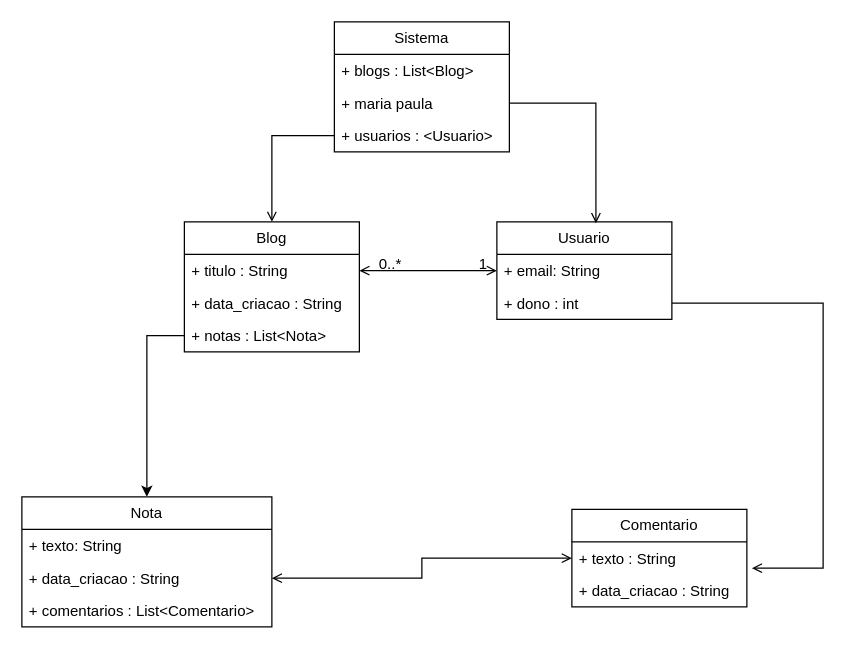
Before: Diagrama sem nome.drawio in JPleal01/Engenharia_Software, a draw.io diagram. Source tidied: cells renumbered, new cells numbered last; positions are measured from the earlier drawing's top-left corner, leaving out a move shared by most shapes. Both pictures are drawn from the tidied source at 125%, with x=0, y=0 at pixel (21, 21).
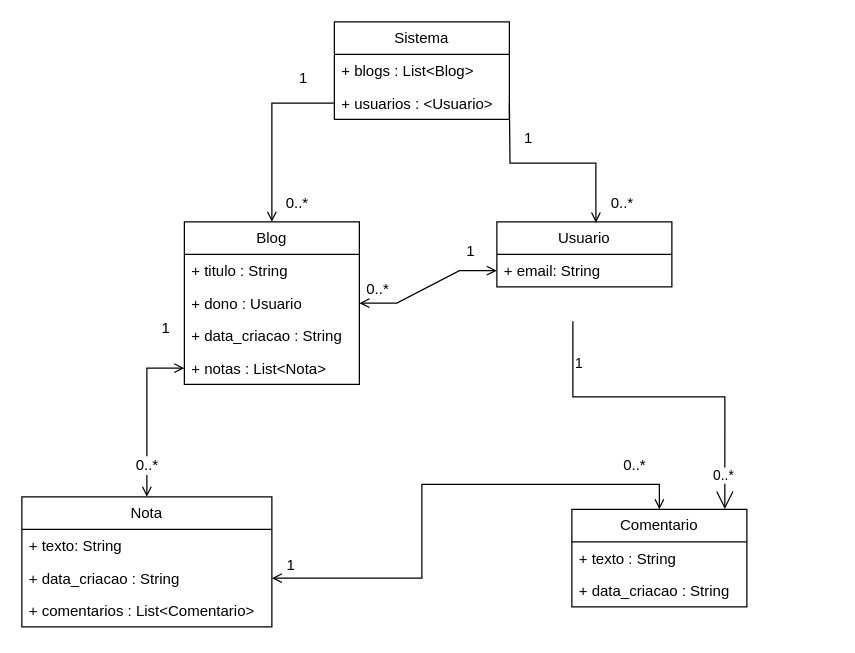
After the change.

Unchanged cells that the change refers to:
```xml
<mxCell id="2" value="Nota" style="swimlane;fontStyle=0;horizontal=1;startSize=26;fillColor=none;whiteSpace=wrap;html=1;" parent="1" vertex="1">
  <mxGeometry y="380" width="200" height="104" as="geometry" />
</mxCell>
<mxCell id="4" value="+ data_criacao : String&amp;nbsp;" style="text;strokeColor=none;fillColor=none;align=left;verticalAlign=top;spacingLeft=4;spacingRight=4;overflow=hidden;points=[[0,0.5],[1,0.5]];portConstraint=eastwest;whiteSpace=wrap;html=1;" parent="2" vertex="1">
  <mxGeometry y="52" width="200" height="26" as="geometry" />
</mxCell>
<mxCell id="10" value="Comentario" style="swimlane;fontStyle=0;horizontal=1;startSize=26;fillColor=none;whiteSpace=wrap;html=1;" parent="1" vertex="1">
  <mxGeometry x="440" y="390" width="140" height="78" as="geometry" />
</mxCell>
<mxCell id="11" value="+ texto : String" style="text;strokeColor=none;fillColor=none;align=left;verticalAlign=top;spacingLeft=4;spacingRight=4;overflow=hidden;points=[[0,0.5],[1,0.5]];portConstraint=eastwest;whiteSpace=wrap;html=1;" parent="10" vertex="1">
  <mxGeometry y="26" width="140" height="26" as="geometry" />
</mxCell>
```

The edit, as a diff of the source:
```diff
@@
     <mxCell id="6" value="Blog" style="swimlane;fontStyle=0;horizontal=1;startSize=26;fillColor=none;whiteSpace=wrap;html=1;" parent="1" vertex="1">
-      <mxGeometry x="130" y="160" width="140" height="104" as="geometry" />
+      <mxGeometry x="130" y="160" width="140" height="130" as="geometry" />
     </mxCell>
+    <mxCell id="28" value="+ titulo : String" style="text;strokeColor=none;fillColor=none;align=left;verticalAlign=top;spacingLeft=4;spacingRight=4;overflow=hidden;whiteSpace=wrap;html=1;" parent="6" vertex="1">
+      <mxGeometry y="26" width="140" height="26" as="geometry" />
+    </mxCell>
-    <mxCell id="7" value="+ titulo : String" style="text;strokeColor=none;fillColor=none;align=left;verticalAlign=top;spacingLeft=4;spacingRight=4;overflow=hidden;points=[[0,0.5],[1,0.5]];portConstraint=eastwest;whiteSpace=wrap;html=1;" parent="6" vertex="1">
-      <mxGeometry y="26" width="140" height="26" as="geometry" />
+    <mxCell id="7" value="+ dono : Usuario" style="text;strokeColor=none;fillColor=none;align=left;verticalAlign=top;spacingLeft=4;spacingRight=4;overflow=hidden;points=[[0,0.5],[1,0.5]];portConstraint=eastwest;whiteSpace=wrap;html=1;" parent="6" vertex="1">
+      <mxGeometry y="52" width="140" height="26" as="geometry" />
     </mxCell>
     <mxCell id="8" value="+ data_criacao : String" style="text;strokeColor=none;fillColor=none;align=left;verticalAlign=top;spacingLeft=4;spacingRight=4;overflow=hidden;whiteSpace=wrap;html=1;" parent="6" vertex="1">
-      <mxGeometry y="52" width="140" height="26" as="geometry" />
+      <mxGeometry y="78" width="140" height="26" as="geometry" />
     </mxCell>
     <mxCell id="9" value="+ notas : List&amp;lt;Nota&amp;gt;" style="text;strokeColor=none;fillColor=none;align=left;verticalAlign=top;spacingLeft=4;spacingRight=4;overflow=hidden;points=[[0,0.5],[1,0.5]];portConstraint=eastwest;whiteSpace=wrap;html=1;" parent="6" vertex="1">
-      <mxGeometry y="78" width="140" height="26" as="geometry" />
+      <mxGeometry y="104" width="140" height="26" as="geometry" />
     </mxCell>
@@
     <mxCell id="13" value="Usuario" style="swimlane;fontStyle=0;horizontal=1;startSize=26;fillColor=none;whiteSpace=wrap;html=1;" parent="1" vertex="1">
-      <mxGeometry x="380" y="160" width="140" height="78" as="geometry" />
+      <mxGeometry x="380" y="160" width="140" height="52" as="geometry" />
     </mxCell>
@@
-    <mxCell id="15" value="+ dono : int&amp;nbsp;" style="text;strokeColor=none;fillColor=none;align=left;verticalAlign=top;spacingLeft=4;spacingRight=4;overflow=hidden;points=[[0,0.5],[1,0.5]];portConstraint=eastwest;whiteSpace=wrap;html=1;" parent="13" vertex="1">
-      <mxGeometry y="52" width="140" height="26" as="geometry" />
-    </mxCell>
     <mxCell id="16" value="Sistema" style="swimlane;fontStyle=0;horizontal=1;startSize=26;fillColor=none;whiteSpace=wrap;html=1;" parent="1" vertex="1">
-      <mxGeometry x="250" width="140" height="104" as="geometry" />
+      <mxGeometry x="250" width="140" height="78" as="geometry" />
     </mxCell>
@@
-    <mxCell id="18" value="+ maria paula&amp;nbsp;" style="text;strokeColor=none;fillColor=none;align=left;verticalAlign=top;spacingLeft=4;spacingRight=4;overflow=hidden;points=[[0,0.5],[1,0.5]];portConstraint=eastwest;whiteSpace=wrap;html=1;" parent="16" vertex="1">
-      <mxGeometry y="52" width="140" height="26" as="geometry" />
-    </mxCell>
     <mxCell id="19" value="+ usuarios : &amp;lt;Usuario&amp;gt;" style="text;strokeColor=none;fillColor=none;align=left;verticalAlign=top;spacingLeft=4;spacingRight=4;overflow=hidden;points=[[0,0.5],[1,0.5]];portConstraint=eastwest;whiteSpace=wrap;html=1;" parent="16" vertex="1">
-      <mxGeometry y="78" width="140" height="26" as="geometry" />
+      <mxGeometry y="52" width="140" height="26" as="geometry" />
     </mxCell>
@@
-    <mxCell id="21" style="edgeStyle=orthogonalEdgeStyle;rounded=0;jettySize=auto;html=1;entryX=0.566;entryY=0.013;entryDx=0;entryDy=0;entryPerimeter=0;curved=0;jumpStyle=sharp;endArrow=open;endFill=0;" parent="1" edge="1" source="18" target="13">
-      <mxGeometry relative="1" as="geometry" />
+    <mxCell id="21" style="edgeStyle=orthogonalEdgeStyle;rounded=0;jettySize=auto;html=1;entryX=0.566;entryY=0.013;entryDx=0;entryDy=0;entryPerimeter=0;curved=0;jumpStyle=sharp;endArrow=open;endFill=0;" parent="1" edge="1" target="13">
+      <mxGeometry relative="1" as="geometry">
+        <mxPoint x="390" y="65" as="sourcePoint" />
+      </mxGeometry>
     </mxCell>
-    <mxCell id="22" style="edgeStyle=orthogonalEdgeStyle;rounded=0;jettySize=auto;html=1;" parent="1" edge="1" source="9" target="2">
+    <mxCell id="22" style="edgeStyle=orthogonalEdgeStyle;rounded=0;jettySize=auto;html=1;startArrow=open;startFill=0;endArrow=open;endFill=0;" parent="1" edge="1" source="9" target="2">
       <mxGeometry relative="1" as="geometry" />
     </mxCell>
@@
-    <mxCell id="24" style="edgeStyle=orthogonalEdgeStyle;rounded=0;jettySize=auto;html=1;entryX=1.029;entryY=0.808;entryDx=0;entryDy=0;entryPerimeter=0;endArrow=open;endFill=0;" parent="1" edge="1" source="15" target="11">
-      <mxGeometry relative="1" as="geometry">
-        <Array as="points">
-          <mxPoint x="641" y="225" />
-          <mxPoint x="641" y="437" />
-        </Array>
-      </mxGeometry>
-    </mxCell>
-    <mxCell id="25" style="edgeStyle=orthogonalEdgeStyle;rounded=0;jettySize=auto;html=1;entryX=0;entryY=0.5;entryDx=0;entryDy=0;endArrow=open;endFill=0;startArrow=open;startFill=0;" parent="1" edge="1" source="4" target="11">
+    <mxCell id="25" style="edgeStyle=orthogonalEdgeStyle;rounded=0;jettySize=auto;html=1;endArrow=open;endFill=0;startArrow=open;startFill=0;entryX=0.5;entryY=0;entryDx=0;entryDy=0;" parent="1" edge="1" source="4" target="10">
       <mxGeometry relative="1" as="geometry" />
     </mxCell>
     <mxCell id="26" value="0..*" style="text;strokeColor=none;fillColor=none;spacingLeft=4;spacingRight=4;overflow=hidden;fontSize=12;whiteSpace=wrap;html=1;" parent="1" vertex="1">
-      <mxGeometry x="280" y="180" width="40" height="30" as="geometry" />
+      <mxGeometry x="270" y="200" width="40" height="30" as="geometry" />
     </mxCell>
     <mxCell id="27" value="1" style="text;strokeColor=none;fillColor=none;spacingLeft=4;spacingRight=4;overflow=hidden;fontSize=12;whiteSpace=wrap;html=1;" parent="1" vertex="1">
-      <mxGeometry x="360" y="180" width="40" height="30" as="geometry" />
+      <mxGeometry x="350" y="170" width="40" height="30" as="geometry" />
     </mxCell>
+    <mxCell id="29" style="endArrow=open;html=1;endSize=12;startArrow=none;startSize=14;startFill=0;edgeStyle=orthogonalEdgeStyle;rounded=0;exitX=0.434;exitY=1.054;exitDx=0;exitDy=0;exitPerimeter=0;entryX=0.874;entryY=-0.003;entryDx=0;entryDy=0;entryPerimeter=0;" parent="1" edge="1" target="10">
+      <mxGeometry relative="1" as="geometry">
+        <mxPoint x="440.8" y="239.4" as="sourcePoint" />
+        <Array as="points">
+          <mxPoint x="441" y="300" />
+          <mxPoint x="562" y="300" />
+        </Array>
+      </mxGeometry>
+    </mxCell>
+    <mxCell id="30" value="1" style="edgeLabel;html=1;align=left;verticalAlign=top;" parent="29" vertex="1">
+      <mxGeometry x="-1" relative="1" as="geometry">
+        <mxPoint y="21" as="offset" />
+      </mxGeometry>
+    </mxCell>
+    <mxCell id="31" value="0..*" style="edgeLabel;html=1;align=right;verticalAlign=top;" parent="29" vertex="1">
+      <mxGeometry x="1" relative="1" as="geometry">
+        <mxPoint x="8" y="-40" as="offset" />
+      </mxGeometry>
+    </mxCell>
+    <mxCell id="32" value="1" style="text;html=1;align=center;verticalAlign=middle;strokeColor=none;fillColor=none;" parent="1" vertex="1">
+      <mxGeometry x="100" y="230" width="30" height="30" as="geometry" />
+    </mxCell>
+    <mxCell id="33" value="0..*" style="text;html=1;align=center;verticalAlign=middle;strokeColor=none;fillColor=none;labelBackgroundColor=default;" parent="1" vertex="1">
+      <mxGeometry x="80" y="340" width="40" height="30" as="geometry" />
+    </mxCell>
+    <mxCell id="34" value="1" style="text;html=1;align=center;verticalAlign=middle;strokeColor=none;fillColor=none;" parent="1" vertex="1">
+      <mxGeometry x="200" y="420" width="30" height="30" as="geometry" />
+    </mxCell>
+    <mxCell id="35" value="0..*" style="text;html=1;align=center;verticalAlign=middle;strokeColor=none;fillColor=none;labelBackgroundColor=default;" parent="1" vertex="1">
+      <mxGeometry x="470" y="340" width="40" height="30" as="geometry" />
+    </mxCell>
+    <mxCell id="36" value="0..*" style="text;html=1;align=center;verticalAlign=middle;strokeColor=none;fillColor=none;labelBackgroundColor=default;" parent="1" vertex="1">
+      <mxGeometry x="200" y="130" width="40" height="30" as="geometry" />
+    </mxCell>
+    <mxCell id="37" value="0..*" style="text;html=1;align=center;verticalAlign=middle;strokeColor=none;fillColor=none;labelBackgroundColor=default;" parent="1" vertex="1">
+      <mxGeometry x="460" y="130" width="40" height="30" as="geometry" />
+    </mxCell>
+    <mxCell id="38" value="1" style="text;html=1;align=center;verticalAlign=middle;strokeColor=none;fillColor=none;" parent="1" vertex="1">
+      <mxGeometry x="210" y="30" width="30" height="30" as="geometry" />
+    </mxCell>
+    <mxCell id="39" value="1" style="text;html=1;align=center;verticalAlign=middle;strokeColor=none;fillColor=none;" parent="1" vertex="1">
+      <mxGeometry x="390" y="78" width="30" height="30" as="geometry" />
+    </mxCell>
```
